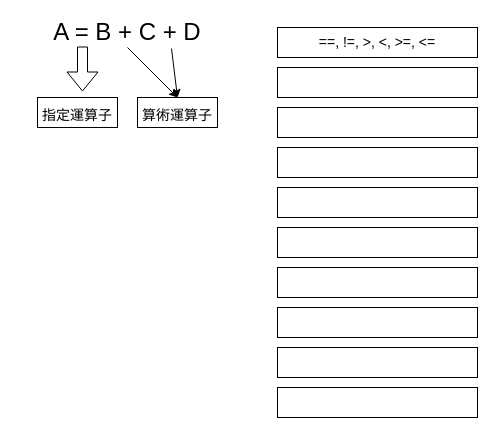
Earlier version of the draw.io diagram Class/class_4.drawio (samchen2000/2025_10_26_Python_Pico_Class). Source tidied: cells renumbered, new cells numbered last; positions are measured from the earlier drawing's top-left corner, leaving out a move shared by most shapes. Both pictures are drawn from the tidied source at 100%, with x=0, y=0 at pixel (17, 17).
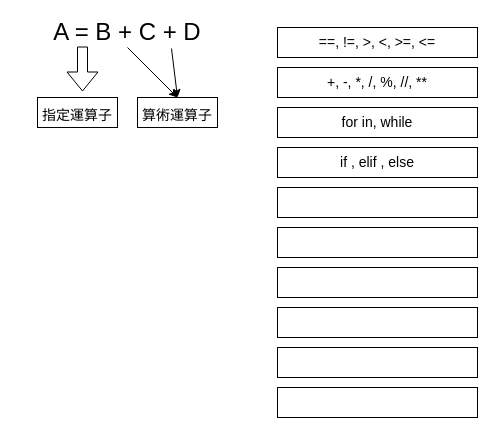
The same diagram, later.

Diff of the diagram source:
```diff
@@
 <mxGraphModel>
   <root>
     <mxCell id="0" />
     <mxCell id="1" parent="0" />
     <mxCell id="2" value="&lt;font style=&quot;font-size: 24px;&quot;&gt;A = B +&amp;nbsp;C + D&lt;/font&gt;" style="text;html=1;strokeColor=none;fillColor=none;align=center;verticalAlign=middle;whiteSpace=wrap;rounded=0;" parent="1" vertex="1">
       <mxGeometry width="220" height="30" as="geometry" />
     </mxCell>
     <mxCell id="3" style="shape=flexArrow;endArrow=classic;html=1;fontSize=24;exitX=0.3;exitY=1.167;exitDx=0;exitDy=0;exitPerimeter=0;" parent="1" edge="1">
       <mxGeometry relative="1" as="geometry">
         <mxPoint x="65" y="29" as="sourcePoint" />
         <mxPoint x="65" y="74" as="targetPoint" />
       </mxGeometry>
     </mxCell>
     <mxCell id="4" style="endArrow=classic;html=1;fontSize=24;exitX=0.5;exitY=1;exitDx=0;exitDy=0;entryX=0.5;entryY=0;entryDx=0;entryDy=0;" parent="1" edge="1" source="2" target="7">
       <mxGeometry relative="1" as="geometry" />
     </mxCell>
     <mxCell id="5" style="endArrow=classic;html=1;fontSize=24;exitX=0.7;exitY=1.033;exitDx=0;exitDy=0;exitPerimeter=0;entryX=0.5;entryY=0;entryDx=0;entryDy=0;" parent="1" edge="1" source="2" target="7">
       <mxGeometry relative="1" as="geometry" />
     </mxCell>
     <mxCell id="6" value="&lt;font style=&quot;font-size: 14px;&quot;&gt;指定運算子&lt;/font&gt;" style="rounded=0;whiteSpace=wrap;html=1;fontSize=24;" parent="1" vertex="1">
       <mxGeometry x="20" y="80" width="80" height="30" as="geometry" />
     </mxCell>
     <mxCell id="7" value="&lt;font style=&quot;font-size: 14px;&quot;&gt;算術運算子&lt;/font&gt;" style="rounded=0;whiteSpace=wrap;html=1;fontSize=24;" parent="1" vertex="1">
       <mxGeometry x="120" y="80" width="80" height="30" as="geometry" />
     </mxCell>
     <mxCell id="8" value="==, !=, &amp;gt;, &amp;lt;, &amp;gt;=, &amp;lt;=" style="rounded=0;whiteSpace=wrap;html=1;fontSize=14;" parent="1" vertex="1">
       <mxGeometry x="260" y="10" width="200" height="30" as="geometry" />
     </mxCell>
-    <mxCell id="9" style="rounded=0;whiteSpace=wrap;html=1;fontSize=14;" parent="1" vertex="1">
+    <mxCell id="9" value="+, -, *, /, %, //, **" style="rounded=0;whiteSpace=wrap;html=1;fontSize=14;" parent="1" vertex="1">
       <mxGeometry x="260" y="50" width="200" height="30" as="geometry" />
     </mxCell>
-    <mxCell id="10" style="rounded=0;whiteSpace=wrap;html=1;fontSize=14;" parent="1" vertex="1">
+    <mxCell id="10" value="if , elif , else" style="rounded=0;whiteSpace=wrap;html=1;fontSize=14;" parent="1" vertex="1">
       <mxGeometry x="260" y="130" width="200" height="30" as="geometry" />
     </mxCell>
-    <mxCell id="11" style="rounded=0;whiteSpace=wrap;html=1;fontSize=14;" parent="1" vertex="1">
+    <mxCell id="11" value="for in, while" style="rounded=0;whiteSpace=wrap;html=1;fontSize=14;" parent="1" vertex="1">
       <mxGeometry x="260" y="90" width="200" height="30" as="geometry" />
     </mxCell>
     <mxCell id="12" style="rounded=0;whiteSpace=wrap;html=1;fontSize=14;" parent="1" vertex="1">
       <mxGeometry x="260" y="170" width="200" height="30" as="geometry" />
     </mxCell>
     <mxCell id="13" style="rounded=0;whiteSpace=wrap;html=1;fontSize=14;" parent="1" vertex="1">
       <mxGeometry x="260" y="210" width="200" height="30" as="geometry" />
     </mxCell>
     <mxCell id="14" style="rounded=0;whiteSpace=wrap;html=1;fontSize=14;" parent="1" vertex="1">
       <mxGeometry x="260" y="250" width="200" height="30" as="geometry" />
     </mxCell>
     <mxCell id="15" style="rounded=0;whiteSpace=wrap;html=1;fontSize=14;" parent="1" vertex="1">
       <mxGeometry x="260" y="290" width="200" height="30" as="geometry" />
     </mxCell>
     <mxCell id="16" style="rounded=0;whiteSpace=wrap;html=1;fontSize=14;" parent="1" vertex="1">
       <mxGeometry x="260" y="330" width="200" height="30" as="geometry" />
     </mxCell>
     <mxCell id="17" style="rounded=0;whiteSpace=wrap;html=1;fontSize=14;" parent="1" vertex="1">
       <mxGeometry x="260" y="370" width="200" height="30" as="geometry" />
     </mxCell>
   </root>
 </mxGraphModel>
```
